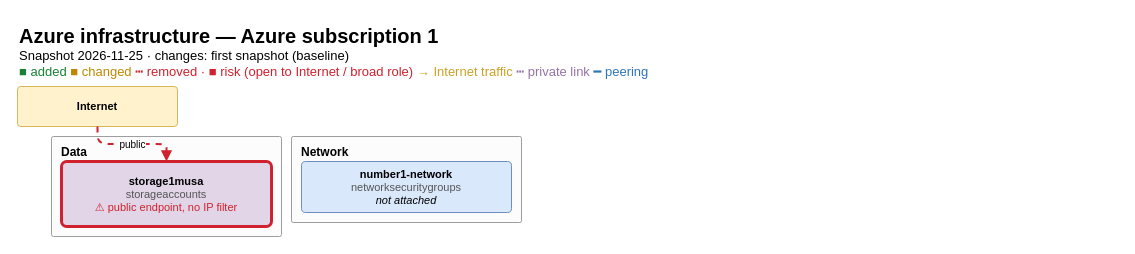
Before: diagrams/2-infra-azure-subscription-1.drawio in musaxasmammedov7/infrastructure, a draw.io diagram. Source tidied: cells renumbered, new cells numbered last; positions are measured from the earlier drawing's top-left corner, leaving out a move shared by most shapes. Both pictures are drawn from the tidied source at 100%, with x=0, y=0 at pixel (17, 17).
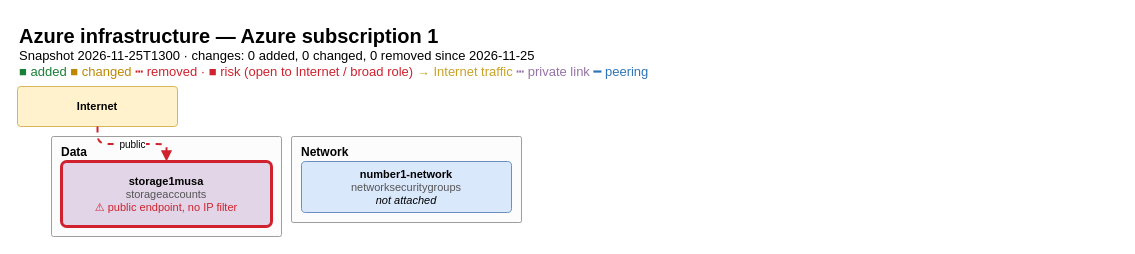
Above is the later version.

Diff of the diagram source:
```diff
@@
 <mxGraphModel>
   <root>
     <mxCell id="0" />
     <mxCell id="1" parent="0" />
-    <mxCell id="2" value="&lt;b style='font-size:20px'&gt;Azure infrastructure — Azure subscription 1&lt;/b&gt;&lt;br&gt;Snapshot 2026-11-25 · changes: first snapshot (baseline)&lt;br&gt;&lt;font color='#1A7F37'&gt;■ added&lt;/font&gt;  &lt;font color='#BF8700'&gt;■ changed&lt;/font&gt;  &lt;font color='#CF222E'&gt;┅ removed · ■ risk (open to Internet / broad role)&lt;/font&gt;  &lt;font color='#C9A227'&gt;→ Internet traffic&lt;/font&gt;  &lt;font color='#9673A6'&gt;┅ private link&lt;/font&gt;  &lt;font color='#2E75B6'&gt;━ peering&lt;/font&gt;" style="text;html=1;whiteSpace=wrap;align=left;verticalAlign=top;fontSize=13;spacing=2;" parent="1" vertex="1">
+    <mxCell id="2" value="&lt;b style='font-size:20px'&gt;Azure infrastructure — Azure subscription 1&lt;/b&gt;&lt;br&gt;Snapshot 2026-11-25T1300 · changes: 0 added, 0 changed, 0 removed since 2026-11-25&lt;br&gt;&lt;font color='#1A7F37'&gt;■ added&lt;/font&gt;  &lt;font color='#BF8700'&gt;■ changed&lt;/font&gt;  &lt;font color='#CF222E'&gt;┅ removed · ■ risk (open to Internet / broad role)&lt;/font&gt;  &lt;font color='#C9A227'&gt;→ Internet traffic&lt;/font&gt;  &lt;font color='#9673A6'&gt;┅ private link&lt;/font&gt;  &lt;font color='#2E75B6'&gt;━ peering&lt;/font&gt;" style="text;html=1;whiteSpace=wrap;align=left;verticalAlign=top;fontSize=13;spacing=2;" parent="1" vertex="1">
       <mxGeometry width="1100" height="59" as="geometry" />
     </mxCell>
     <mxCell id="3" style="text;html=1;fillColor=none;strokeColor=none;" parent="1" vertex="1">
       <mxGeometry y="69" width="160" height="40" as="geometry" />
     </mxCell>
     <mxCell id="4" value="&lt;b&gt;Internet&lt;/b&gt;" style="rounded=1;arcSize=8;whiteSpace=wrap;html=1;fillColor=#FFF2CC;strokeColor=#D6B656;strokeWidth=1;fontSize=11;align=center;verticalAlign=middle;spacing=4;" parent="3" vertex="1">
       <mxGeometry width="160" height="40" as="geometry" />
     </mxCell>
     <mxCell id="5" style="text;html=1;fillColor=none;strokeColor=none;" parent="1" vertex="1">
       <mxGeometry y="119" width="504" height="100" as="geometry" />
     </mxCell>
     <mxCell id="6" style="text;html=1;fillColor=none;strokeColor=none;" parent="5" vertex="1">
       <mxGeometry width="24" height="30" as="geometry" />
     </mxCell>
     <mxCell id="7" style="text;html=1;fillColor=none;strokeColor=none;" parent="5" vertex="1">
       <mxGeometry x="34" width="470" height="100" as="geometry" />
     </mxCell>
     <mxCell id="8" value="&lt;b&gt;Data&lt;/b&gt;" style="rounded=1;arcSize=2;whiteSpace=wrap;html=1;fillColor=#FCFCFC;strokeColor=#9E9E9E;strokeWidth=1;fontSize=12;fontStyle=0;align=left;verticalAlign=top;spacingLeft=8;spacingTop=2;" parent="7" vertex="1">
       <mxGeometry width="230" height="100" as="geometry" />
     </mxCell>
     <mxCell id="9" value="&lt;b&gt;storage1musa&lt;/b&gt;&lt;br&gt;&lt;font color='#555555'&gt;storageaccounts&lt;/font&gt;&lt;br&gt;&lt;font color='#CF222E'&gt;⚠ public endpoint, no IP filter&lt;/font&gt;" style="rounded=1;arcSize=8;whiteSpace=wrap;html=1;fillColor=#E1D5E7;strokeColor=#CF222E;strokeWidth=3;fontSize=11;align=center;verticalAlign=middle;spacing=4;" parent="8" vertex="1">
       <mxGeometry x="10" y="25" width="210" height="65" as="geometry" />
     </mxCell>
     <mxCell id="10" value="&lt;b&gt;Network&lt;/b&gt;" style="rounded=1;arcSize=2;whiteSpace=wrap;html=1;fillColor=#FCFCFC;strokeColor=#9E9E9E;strokeWidth=1;fontSize=12;fontStyle=0;align=left;verticalAlign=top;spacingLeft=8;spacingTop=2;" parent="7" vertex="1">
       <mxGeometry x="240" width="230" height="86" as="geometry" />
     </mxCell>
     <mxCell id="11" value="&lt;b&gt;number1-network&lt;/b&gt;&lt;br&gt;&lt;font color='#555555'&gt;networksecuritygroups&lt;/font&gt;&lt;br&gt;&lt;i&gt;not attached&lt;/i&gt;" style="rounded=1;arcSize=8;whiteSpace=wrap;html=1;fillColor=#DAE8FC;strokeColor=#6C8EBF;strokeWidth=1;fontSize=11;align=center;verticalAlign=middle;spacing=4;" parent="10" vertex="1">
       <mxGeometry x="10" y="25" width="210" height="51" as="geometry" />
     </mxCell>
     <mxCell id="12" value="public" style="strokeColor=#CF222E;strokeWidth=2;dashed=1;endArrow=block;endFill=1;edgeStyle=orthogonalEdgeStyle;rounded=1;html=1;fontSize=10;labelBackgroundColor=#FFFFFF;" parent="1" edge="1" source="4" target="9">
       <mxGeometry relative="1" as="geometry" />
     </mxCell>
   </root>
 </mxGraphModel>
```
